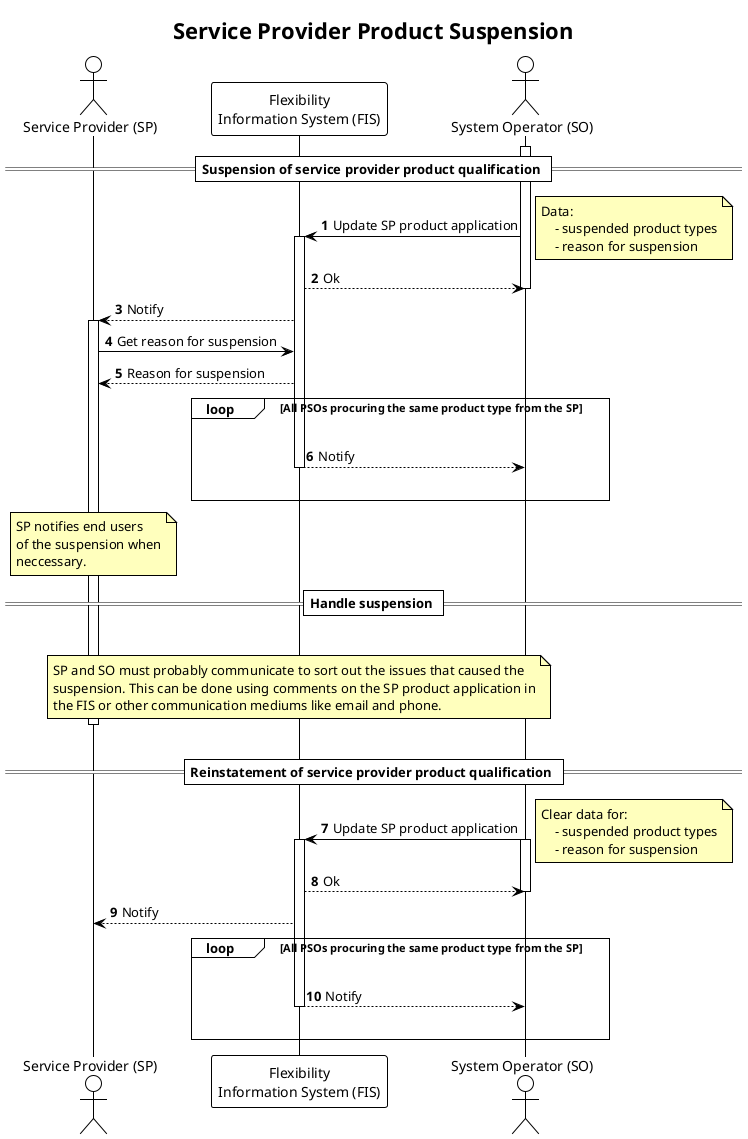
Above: docs/diagrams/service_provider_product_suspension.png in elhub/flex-information-system (PlantUML), before the change.
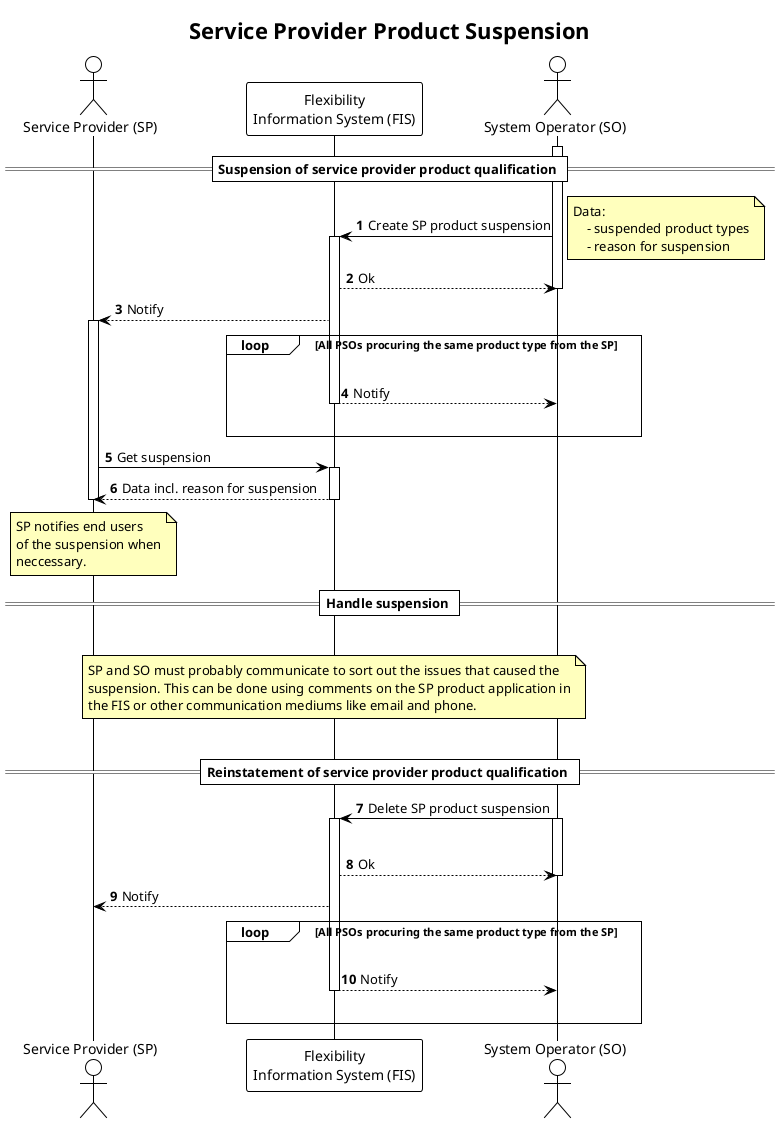
After the change.

Commit message:
fix: sp product suspension is its own thing (FLEX-661)

What changed in the source:
```diff
@@ -16,7 +16,7 @@
 == Suspension of service provider product qualification ==
 
 activate SO
-SO -> FIS: Update SP product application
+SO -> FIS: Create SP product suspension
 
 note right
     Data:
@@ -30,9 +30,6 @@
 deactivate SO
 FIS --> SP: Notify
 activate SP
-SP -> FIS: Get reason for suspension
-FIS --> SP: Reason for suspension
-
 loop All PSOs procuring the same product type from the SP
     |||
     FIS --> SO: Notify
@@ -40,11 +37,17 @@
     |||
 end
 
+SP -> FIS: Get suspension
+activate FIS
+FIS --> SP: Data incl. reason for suspension
+deactivate FIS
+
 note over SP
     SP notifies end users
     of the suspension when
     neccessary.
 end note
+
 
 == Handle suspension ==
 |||
@@ -53,18 +56,13 @@
     suspension. This can be done using comments on the SP product application in
     the FIS or other communication mediums like email and phone.
 end note
+|||
 deactivate SP
-|||
 == Reinstatement of service provider product qualification ==
 
-SO -> FIS: Update SP product application
+SO -> FIS: Delete SP product suspension
 activate SO
-note right
-    Clear data for:
-        - suspended product types
-        - reason for suspension
-end note
-
+|||
 activate FIS
 FIS --> SO: Ok
 deactivate SO
```
